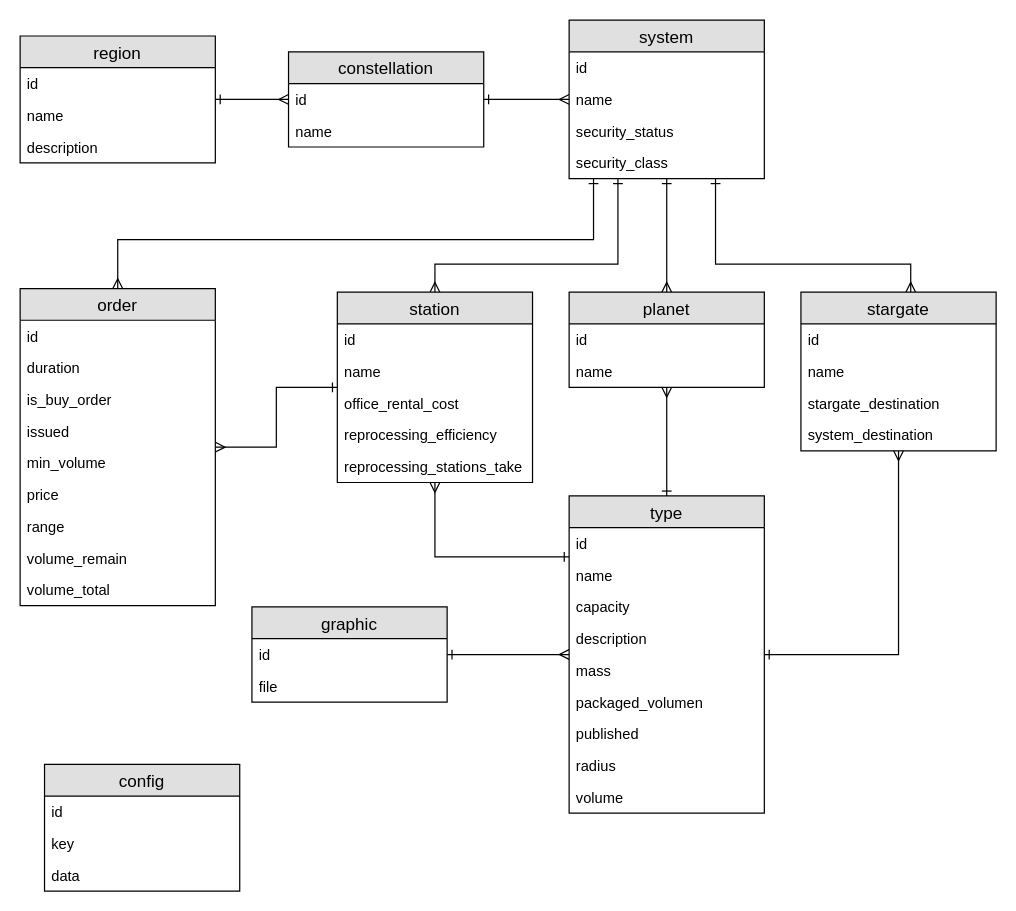
Before: extra/eve-utils-diagram.drawio in wil92/eve-utils, a draw.io diagram. Source tidied: cells renumbered, new cells numbered last; positions are measured from the earlier drawing's top-left corner, leaving out a move shared by most shapes. Both pictures are drawn from the tidied source at 122%, with x=0, y=0 at pixel (20, 20).
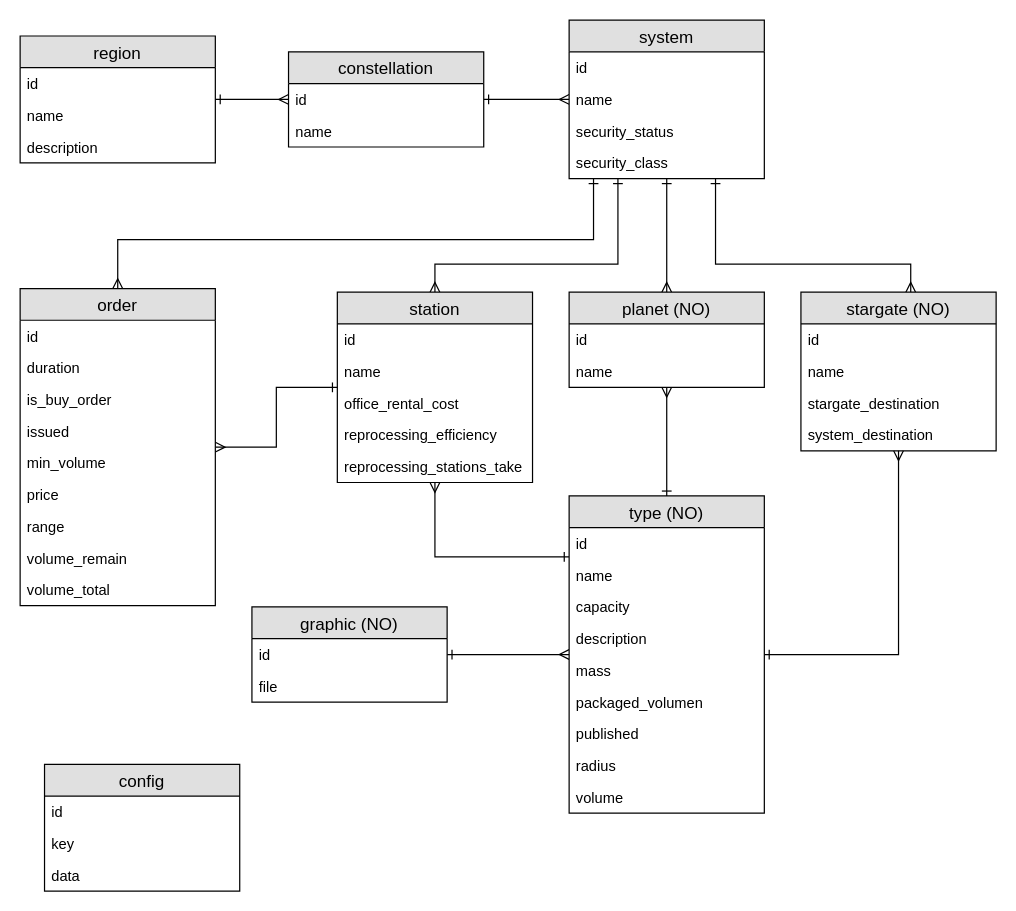
The same page after the edit.

Diff of the diagram source:
```diff
@@
-    <mxCell id="26" value="planet" style="swimlane;fontStyle=0;horizontal=1;startSize=26;fillColor=#e0e0e0;swimlaneFillColor=#ffffff;align=center;fontSize=14;" parent="1" vertex="1">
+    <mxCell id="26" value="planet (NO)" style="swimlane;fontStyle=0;horizontal=1;startSize=26;fillColor=#e0e0e0;swimlaneFillColor=#ffffff;align=center;fontSize=14;" parent="1" vertex="1">
       <mxGeometry x="450" y="223" width="160" height="78" as="geometry" />
     </mxCell>
@@
-    <mxCell id="29" value="stargate" style="swimlane;fontStyle=0;horizontal=1;startSize=26;fillColor=#e0e0e0;swimlaneFillColor=#ffffff;align=center;fontSize=14;" parent="1" vertex="1">
+    <mxCell id="29" value="stargate (NO)" style="swimlane;fontStyle=0;horizontal=1;startSize=26;fillColor=#e0e0e0;swimlaneFillColor=#ffffff;align=center;fontSize=14;" parent="1" vertex="1">
       <mxGeometry x="640" y="223" width="160" height="130" as="geometry" />
     </mxCell>
@@
-    <mxCell id="38" value="type" style="swimlane;fontStyle=0;horizontal=1;startSize=26;fillColor=#e0e0e0;swimlaneFillColor=#ffffff;align=center;fontSize=14;" parent="1" vertex="1">
+    <mxCell id="38" value="type (NO)" style="swimlane;fontStyle=0;horizontal=1;startSize=26;fillColor=#e0e0e0;swimlaneFillColor=#ffffff;align=center;fontSize=14;" parent="1" vertex="1">
       <mxGeometry x="450" y="390" width="160" height="260" as="geometry" />
     </mxCell>
@@
-    <mxCell id="48" value="graphic" style="swimlane;fontStyle=0;horizontal=1;startSize=26;fillColor=#e0e0e0;swimlaneFillColor=#ffffff;align=center;fontSize=14;" parent="1" vertex="1">
+    <mxCell id="48" value="graphic (NO)" style="swimlane;fontStyle=0;horizontal=1;startSize=26;fillColor=#e0e0e0;swimlaneFillColor=#ffffff;align=center;fontSize=14;" parent="1" vertex="1">
       <mxGeometry x="190" y="481" width="160" height="78" as="geometry" />
     </mxCell>
```
